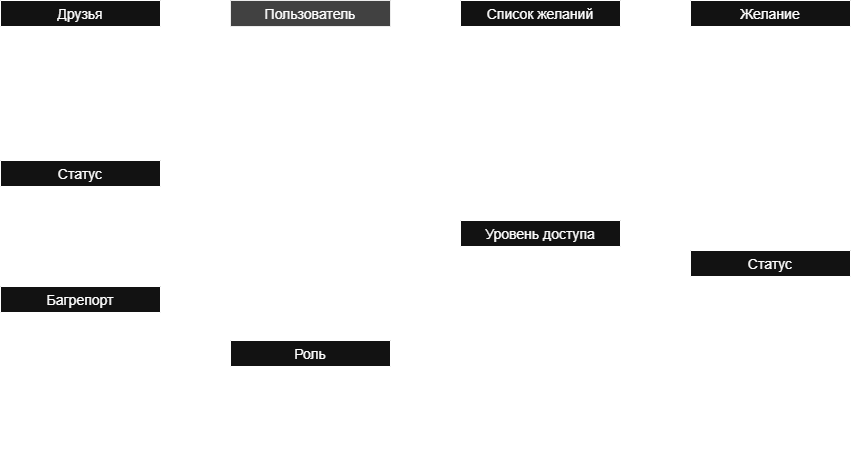
SSSSOV/WishWave keeps this draw.io diagram as server/Conceptual.png. Above is the earlier version. Source tidied: cells renumbered, new cells last; positions are measured from the earlier drawing's top-left corner, leaving out a move shared by most shapes.
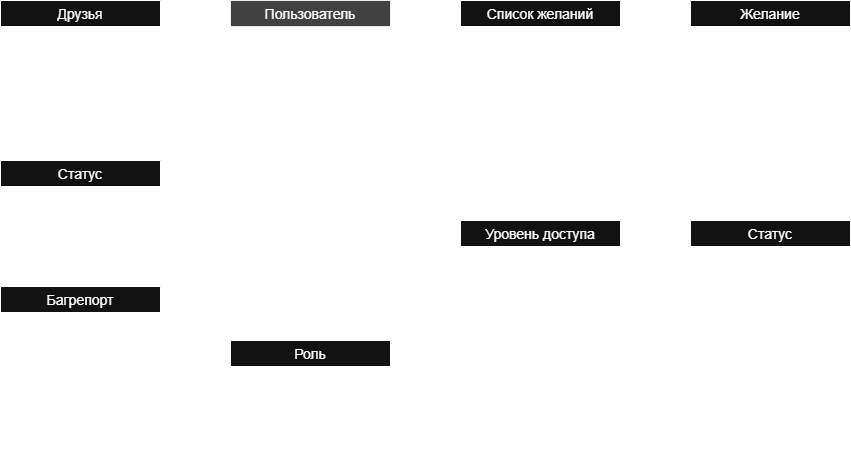
After the commit.

What changed in the source:
```diff
@@ -51,7 +51,7 @@
       <mxGeometry y="146" width="160" height="30" as="geometry" />
     </mxCell>
     <mxCell id="18" value="Желание" style="swimlane;fontStyle=0;horizontal=1;startSize=26;align=center;fontSize=14;" parent="1" vertex="1">
-      <mxGeometry x="690" width="160" height="206" as="geometry" />
+      <mxGeometry x="690" width="160" height="176" as="geometry" />
     </mxCell>
     <mxCell id="19" value="Идентификатор" style="text;strokeColor=none;fillColor=none;spacingLeft=4;spacingRight=4;overflow=hidden;points=[[0,0.5],[1,0.5]];portConstraint=eastwest;fontSize=12;whiteSpace=wrap;html=1;" parent="18" vertex="1">
       <mxGeometry y="26" width="160" height="30" as="geometry" />
@@ -68,9 +68,6 @@
     <mxCell id="23" value="Ссылка на товар" style="text;strokeColor=none;fillColor=none;spacingLeft=4;spacingRight=4;overflow=hidden;fontSize=12;whiteSpace=wrap;html=1;" parent="18" vertex="1">
       <mxGeometry y="146" width="160" height="30" as="geometry" />
     </mxCell>
-    <mxCell id="24" value="ID оригинального желания" style="text;strokeColor=none;fillColor=none;spacingLeft=4;spacingRight=4;overflow=hidden;fontSize=12;whiteSpace=wrap;html=1;" parent="18" vertex="1">
-      <mxGeometry y="176" width="160" height="30" as="geometry" />
-    </mxCell>
     <mxCell id="25" value="Уровень доступа" style="swimlane;fontStyle=0;horizontal=1;startSize=26;align=center;fontSize=14;" parent="1" vertex="1">
       <mxGeometry x="460" y="220" width="160" height="86" as="geometry" />
     </mxCell>
@@ -117,7 +114,7 @@
       <mxGeometry x="300" y="286" width="20" height="20" as="geometry" />
     </mxCell>
     <mxCell id="40" value="Статус" style="swimlane;fontStyle=0;horizontal=1;startSize=26;align=center;fontSize=14;" parent="1" vertex="1">
-      <mxGeometry x="690" y="250" width="160" height="86" as="geometry" />
+      <mxGeometry x="690" y="220" width="160" height="86" as="geometry" />
     </mxCell>
     <mxCell id="41" value="Идентификатор" style="text;strokeColor=none;fillColor=none;spacingLeft=4;spacingRight=4;overflow=hidden;fontSize=12;whiteSpace=wrap;html=1;" parent="40" vertex="1">
       <mxGeometry y="26" width="160" height="30" as="geometry" />
@@ -127,12 +124,12 @@
     </mxCell>
     <mxCell id="43" style="endArrow=none;html=1;rounded=0;exitX=0.5;exitY=0;exitDx=0;exitDy=0;entryX=0.5;entryY=1;entryDx=0;entryDy=0;" parent="1" edge="1">
       <mxGeometry relative="1" as="geometry">
-        <mxPoint x="769.7" y="250" as="sourcePoint" />
-        <mxPoint x="769.7" y="206" as="targetPoint" />
+        <mxPoint x="769.7" y="220" as="sourcePoint" />
+        <mxPoint x="769.7" y="176" as="targetPoint" />
       </mxGeometry>
     </mxCell>
     <mxCell id="44" style="shape=waypoint;sketch=0;fillStyle=solid;size=6;fillColor=none;perimeter=centerPerimeter;" parent="1" vertex="1">
-      <mxGeometry x="760" y="196" width="20" height="20" as="geometry" />
+      <mxGeometry x="760" y="166" width="20" height="20" as="geometry" />
     </mxCell>
     <mxCell id="45" value="Друзья" style="swimlane;fontStyle=0;horizontal=1;startSize=26;align=center;fontSize=14;" parent="1" vertex="1">
       <mxGeometry width="160" height="116" as="geometry" />
```
